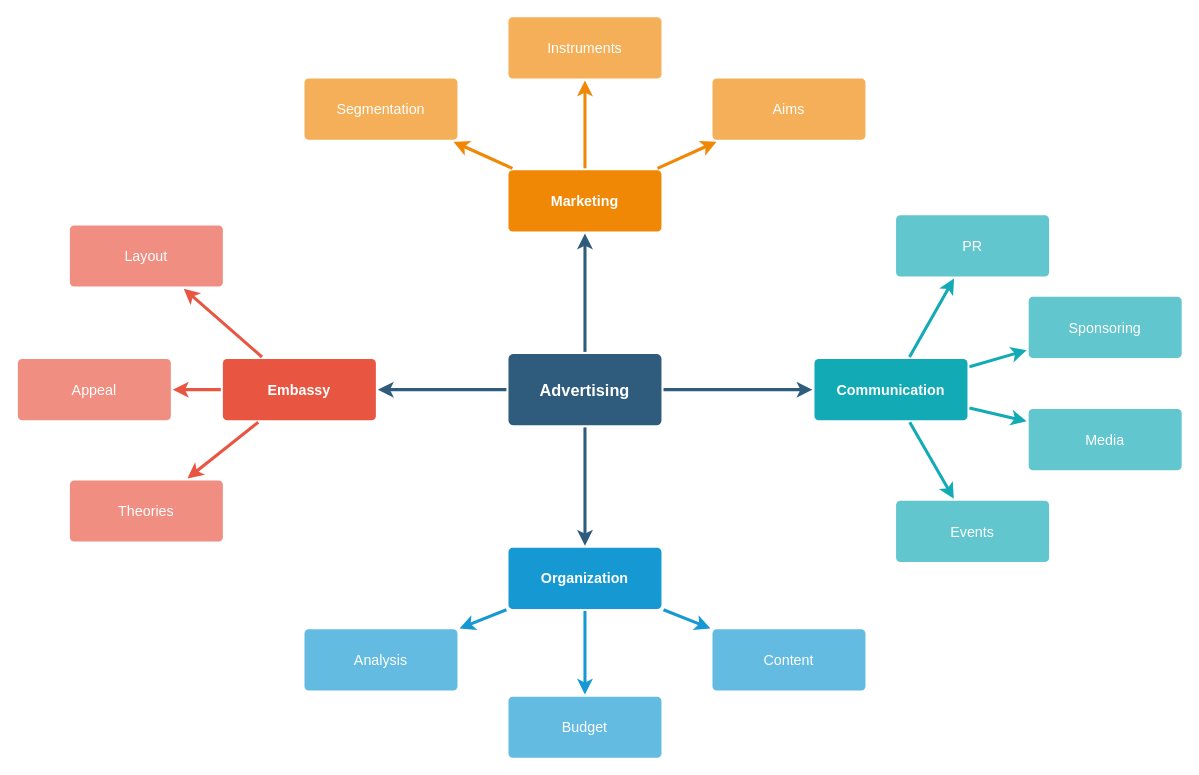
This is BulletHell.drawio from yueqianjian/mind, a draw.io file, before an edit. Source tidied: cells renumbered, new cells numbered last; positions are measured from the earlier drawing's top-left corner, leaving out a move shared by most shapes. Both pictures are drawn from the tidied source at 102%, with x=0, y=0 at pixel (17, 16).
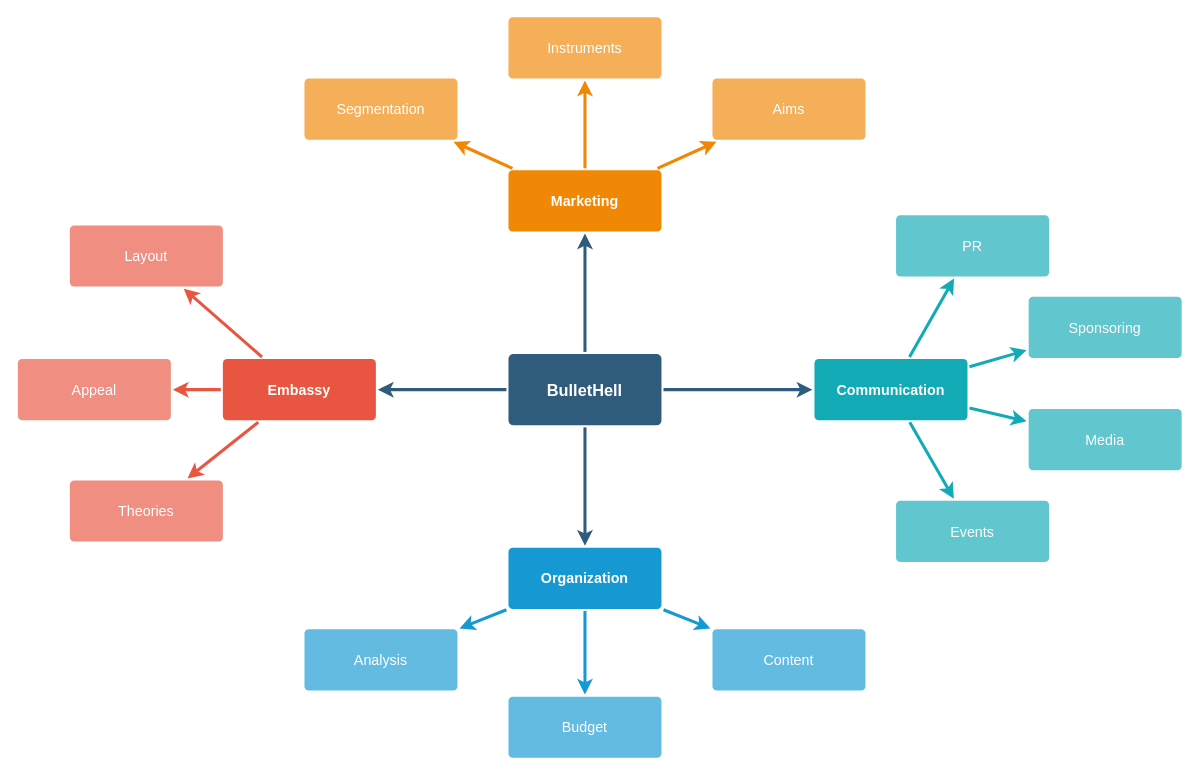
Above is the later version.

Diff of the diagram source:
```diff
@@
-    <mxCell id="6" value="Advertising" style="rounded=1;whiteSpace=wrap;html=1;shadow=0;labelBackgroundColor=none;strokeColor=none;strokeWidth=3;fillColor=#2F5B7C;fontFamily=Helvetica;fontSize=16;fontColor=#FFFFFF;align=center;fontStyle=1;spacing=5;arcSize=7;perimeterSpacing=2;" parent="1" vertex="1">
+    <mxCell id="6" value="BulletHell" style="rounded=1;whiteSpace=wrap;html=1;shadow=0;labelBackgroundColor=none;strokeColor=none;strokeWidth=3;fillColor=#2F5B7C;fontFamily=Helvetica;fontSize=16;fontColor=#FFFFFF;align=center;fontStyle=1;spacing=5;arcSize=7;perimeterSpacing=2;" parent="1" vertex="1">
       <mxGeometry x="481" y="330.5" width="150" height="70" as="geometry" />
     </mxCell>
```
